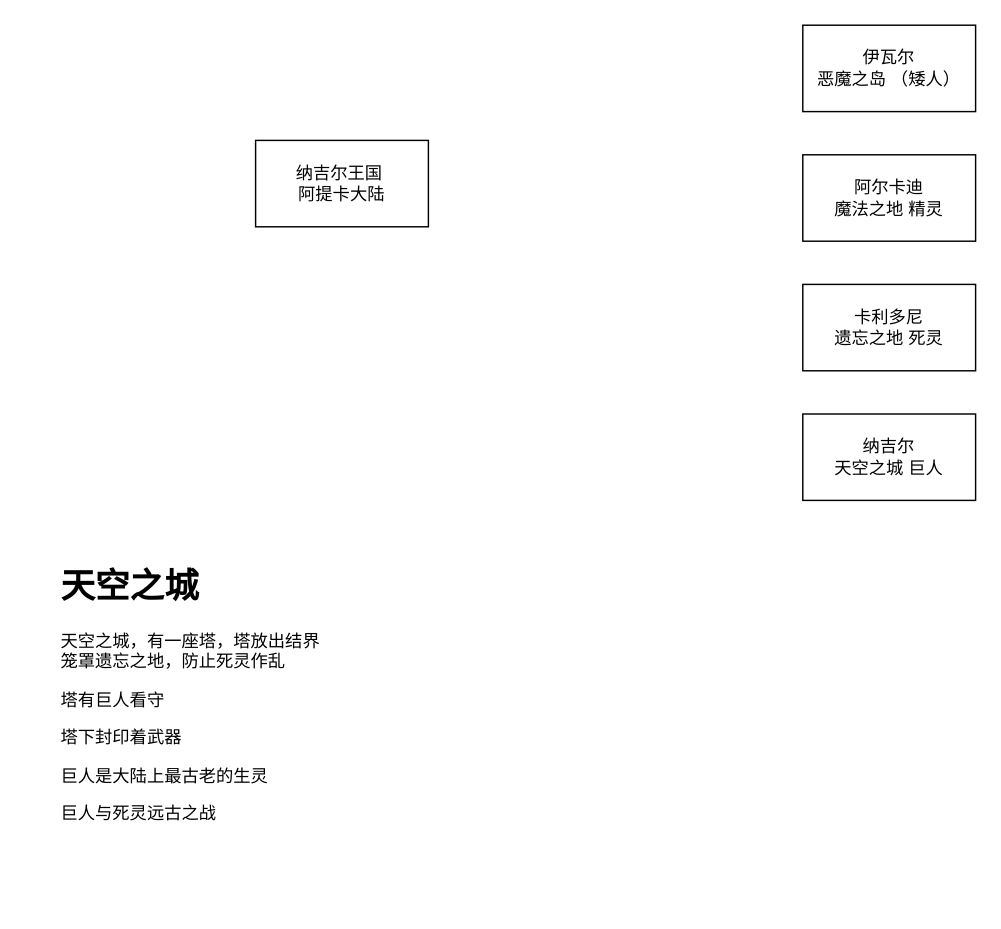
Earlier version of the draw.io diagram page "world" (4 of 10) of unity.drawio (goldmine/base). Source tidied: cells renumbered, new cells numbered last; positions are measured from the earlier drawing's top-left corner, leaving out a move shared by most shapes. Both pictures are drawn from the tidied source at 144%, with x=0, y=0 at pixel (53, 24).
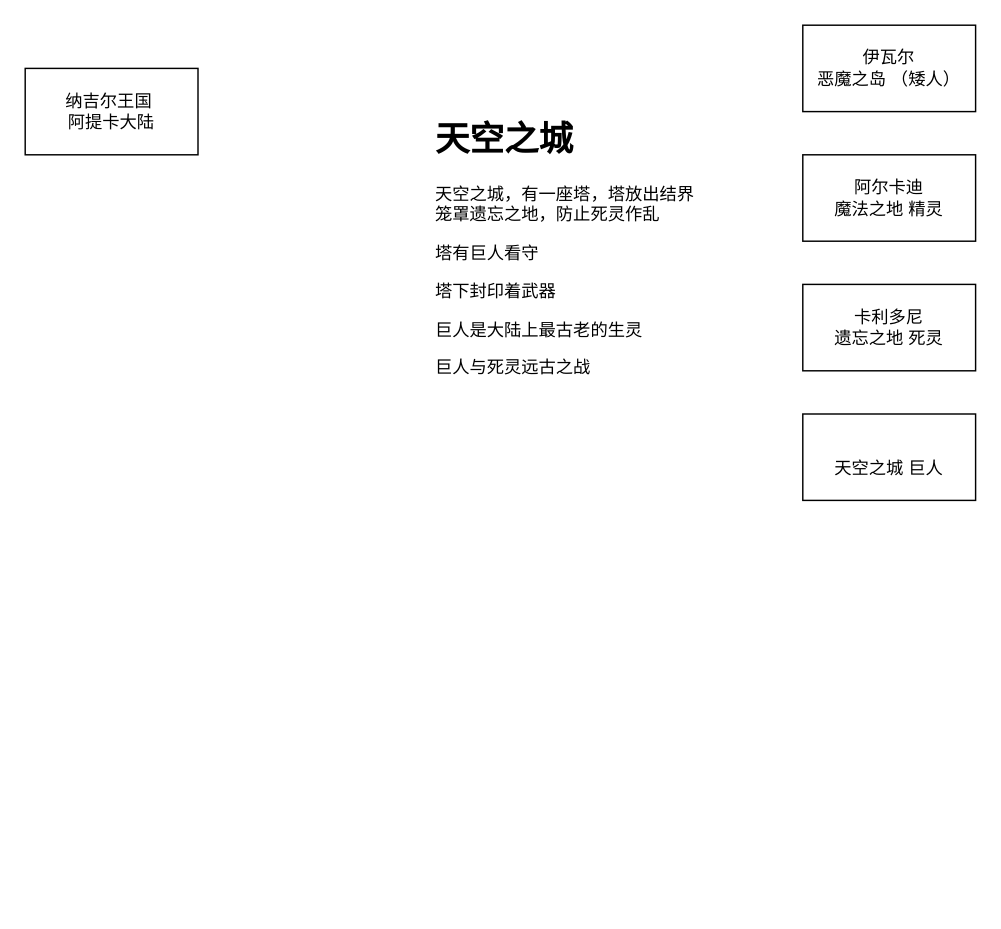
The same diagram, later.

Change to the diagram source:
```diff
@@
 <mxGraphModel>
   <root>
     <mxCell id="0" />
     <mxCell id="1" parent="0" />
     <mxCell id="2" value="纳吉尔王国&amp;nbsp;&lt;br&gt;阿提卡大陆" style="rounded=0;whiteSpace=wrap;html=1;" parent="1" vertex="1">
-      <mxGeometry x="140" y="80" width="120" height="60" as="geometry" />
+      <mxGeometry x="-20" y="30" width="120" height="60" as="geometry" />
     </mxCell>
     <mxCell id="3" value="伊瓦尔&lt;br&gt;恶魔之岛 （矮人）" style="rounded=0;whiteSpace=wrap;html=1;" parent="1" vertex="1">
       <mxGeometry x="520" width="120" height="60" as="geometry" />
     </mxCell>
     <mxCell id="4" value="阿尔卡迪&lt;br&gt;魔法之地 精灵" style="rounded=0;whiteSpace=wrap;html=1;" parent="1" vertex="1">
       <mxGeometry x="520" y="90" width="120" height="60" as="geometry" />
     </mxCell>
     <mxCell id="5" value="卡利多尼&lt;br&gt;遗忘之地 死灵" style="rounded=0;whiteSpace=wrap;html=1;" parent="1" vertex="1">
       <mxGeometry x="520" y="180" width="120" height="60" as="geometry" />
     </mxCell>
-    <mxCell id="6" value="纳吉尔&lt;br&gt;天空之城 巨人" style="rounded=0;whiteSpace=wrap;html=1;" parent="1" vertex="1">
+    <mxCell id="6" value="&lt;br&gt;天空之城 巨人" style="rounded=0;whiteSpace=wrap;html=1;" parent="1" vertex="1">
       <mxGeometry x="520" y="270" width="120" height="60" as="geometry" />
     </mxCell>
     <mxCell id="7" value="&lt;h1&gt;天空之城&lt;br&gt;&lt;/h1&gt;&lt;p&gt;天空之城，有一座塔，塔放出结界笼罩遗忘之地，防止死灵作乱&lt;/p&gt;&lt;p&gt;塔有巨人看守&lt;/p&gt;&lt;p&gt;塔下封印着武器&lt;/p&gt;&lt;p&gt;巨人是大陆上最古老的生灵&lt;/p&gt;&lt;p&gt;巨人与死灵远古之战&lt;/p&gt;&lt;p&gt;&lt;br&gt;&lt;/p&gt;&lt;p&gt;&lt;br&gt;&lt;/p&gt;" style="text;html=1;strokeColor=none;fillColor=none;spacing=5;spacingTop=-20;whiteSpace=wrap;overflow=hidden;rounded=0;" parent="1" vertex="1">
-      <mxGeometry y="370" width="190" height="240" as="geometry" />
+      <mxGeometry x="260" y="60" width="190" height="240" as="geometry" />
     </mxCell>
   </root>
 </mxGraphModel>
```
